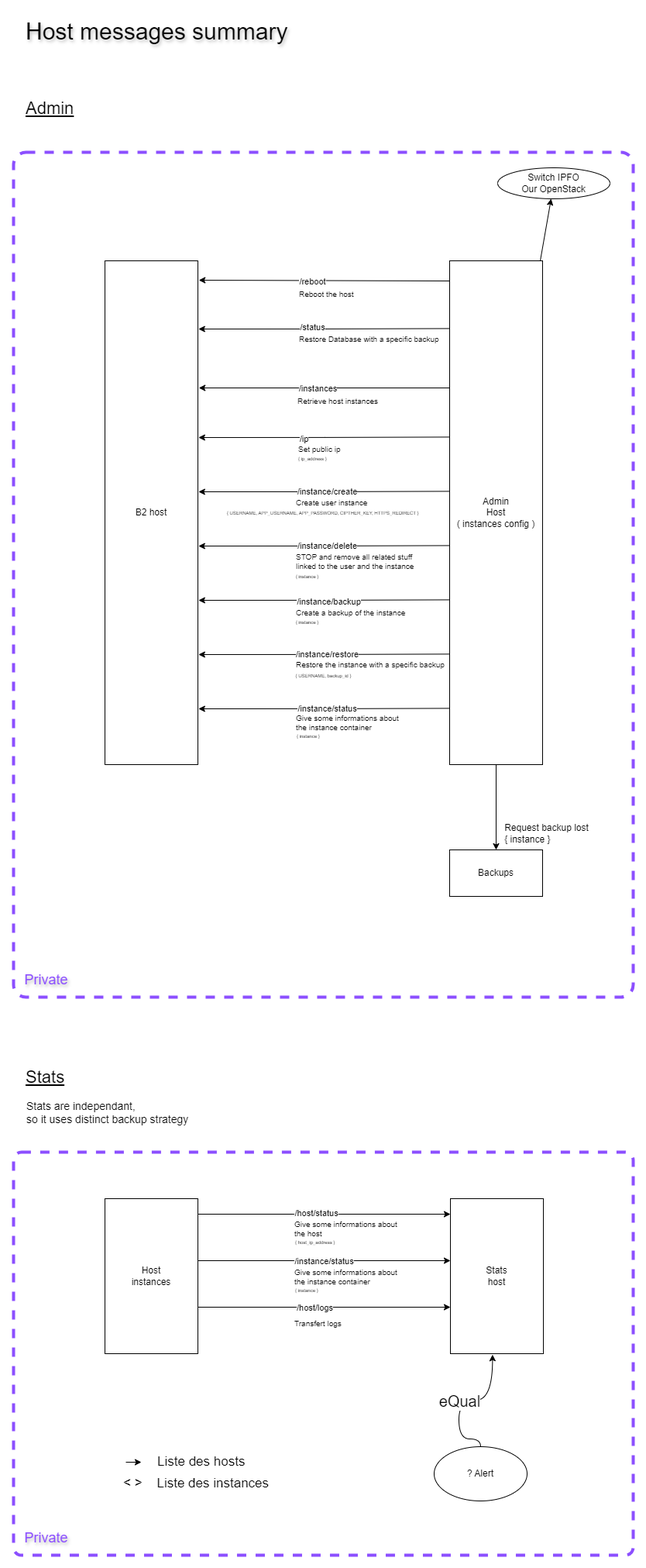
Above: doc/Host_messages_summary.png in yesbabylon/b2 (draw.io), before the change. Source tidied: cells renumbered, new cells last; positions are measured from the earlier drawing's top-left corner, leaving out a move shared by most shapes.
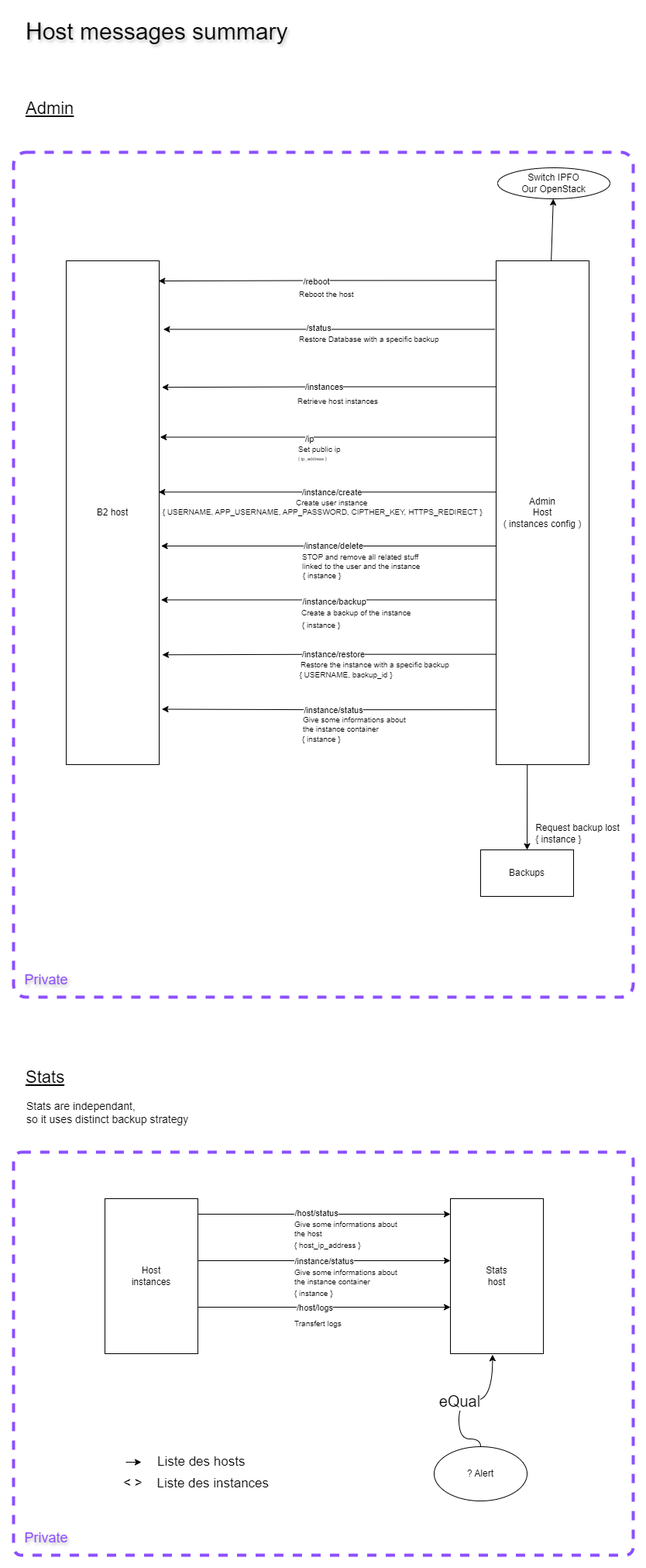
After the change.

Change to the diagram source:
```diff
@@ -9,7 +9,7 @@
       <mxGeometry y="181" width="800" height="1090" as="geometry" />
     </mxCell>
     <mxCell id="4" value="B2 host" style="whiteSpace=wrap;html=1;" parent="1" vertex="1">
-      <mxGeometry x="118" y="321" width="120" height="650" as="geometry" />
+      <mxGeometry x="68" y="321" width="120" height="650" as="geometry" />
     </mxCell>
     <mxCell id="5" value="&lt;font size=&quot;1&quot; style=&quot;&quot;&gt;&lt;span style=&quot;font-size: 30px;&quot;&gt;Host messages summary&lt;/span&gt;&lt;/font&gt;" style="text;html=1;align=left;verticalAlign=middle;strokeColor=none;fillColor=none;textShadow=1;" parent="1" vertex="1">
       <mxGeometry x="14" width="360" height="50" as="geometry" />
@@ -20,14 +20,8 @@
     <mxCell id="7" style="rounded=0;jettySize=auto;html=1;" parent="1" edge="1" source="11" target="12">
       <mxGeometry relative="1" as="geometry" />
     </mxCell>
-    <mxCell id="8" style="edgeStyle=orthogonalEdgeStyle;rounded=0;orthogonalLoop=1;jettySize=auto;html=1;entryX=1.01;entryY=0.075;entryDx=0;entryDy=0;exitX=-0.003;exitY=0.076;exitDx=0;exitDy=0;exitPerimeter=0;entryPerimeter=0;" parent="1" edge="1">
-      <mxGeometry relative="1" as="geometry">
-        <mxPoint x="562.6" y="347" as="sourcePoint" />
-        <mxPoint x="239.2" y="346" as="targetPoint" />
-        <Array as="points">
-          <mxPoint x="239" y="347" />
-        </Array>
-      </mxGeometry>
+    <mxCell id="8" style="edgeStyle=orthogonalEdgeStyle;rounded=0;jettySize=auto;html=1;entryX=0.994;entryY=0.04;entryDx=0;entryDy=0;exitX=-0.004;exitY=0.039;exitDx=0;exitDy=0;exitPerimeter=0;entryPerimeter=0;" parent="1" edge="1" source="11" target="4">
+      <mxGeometry relative="1" as="geometry" />
     </mxCell>
     <mxCell id="9" value="/reboot" style="edgeLabel;html=1;align=center;verticalAlign=middle;" parent="8" vertex="1">
       <mxGeometry x="-0.02" y="2" relative="1" as="geometry">
@@ -40,27 +34,21 @@
       </mxGeometry>
     </mxCell>
     <mxCell id="11" value="Admin&lt;br&gt;Host&lt;br&gt;( instances config )" style="whiteSpace=wrap;html=1;" parent="1" vertex="1">
-      <mxGeometry x="563" y="321" width="120" height="650" as="geometry" />
+      <mxGeometry x="623" y="321" width="120" height="650" as="geometry" />
     </mxCell>
     <mxCell id="12" value="Switch IPFO&lt;br&gt;Our OpenStack" style="ellipse;whiteSpace=wrap;html=1;" parent="1" vertex="1">
       <mxGeometry x="625" y="201" width="145" height="40" as="geometry" />
     </mxCell>
-    <mxCell id="13" style="edgeStyle=orthogonalEdgeStyle;rounded=0;orthogonalLoop=1;jettySize=auto;html=1;exitX=-0.004;exitY=0.144;exitDx=0;exitDy=0;exitPerimeter=0;entryX=1.01;entryY=0.144;entryDx=0;entryDy=0;entryPerimeter=0;" parent="1" edge="1">
-      <mxGeometry relative="1" as="geometry">
-        <mxPoint x="562.5" y="485" as="sourcePoint" />
-        <mxPoint x="239.2" y="485" as="targetPoint" />
-      </mxGeometry>
+    <mxCell id="13" style="edgeStyle=orthogonalEdgeStyle;rounded=0;jettySize=auto;html=1;exitX=0;exitY=0.25;exitDx=0;exitDy=0;entryX=1.029;entryY=0.251;entryDx=0;entryDy=0;entryPerimeter=0;" parent="1" edge="1" source="11" target="4">
+      <mxGeometry relative="1" as="geometry" />
     </mxCell>
     <mxCell id="14" value="/instances" style="edgeLabel;html=1;align=center;verticalAlign=middle;" parent="13" vertex="1">
       <mxGeometry x="-0.02" y="2" relative="1" as="geometry">
         <mxPoint x="-12" y="-2" as="offset" />
       </mxGeometry>
     </mxCell>
-    <mxCell id="15" style="edgeStyle=orthogonalEdgeStyle;rounded=0;orthogonalLoop=1;jettySize=auto;html=1;entryX=1.007;entryY=0.62;entryDx=0;entryDy=0;exitX=0.003;exitY=0.616;exitDx=0;exitDy=0;exitPerimeter=0;entryPerimeter=0;" parent="1" edge="1">
-      <mxGeometry relative="1" as="geometry">
-        <mxPoint x="563.4" y="408.4" as="sourcePoint" />
-        <mxPoint x="238.8" y="409" as="targetPoint" />
-      </mxGeometry>
+    <mxCell id="15" style="edgeStyle=orthogonalEdgeStyle;rounded=0;jettySize=auto;html=1;entryX=1.045;entryY=0.136;entryDx=0;entryDy=0;exitX=-0.012;exitY=0.136;exitDx=0;exitDy=0;exitPerimeter=0;entryPerimeter=0;" parent="1" edge="1" source="11" target="4">
+      <mxGeometry relative="1" as="geometry" />
     </mxCell>
     <mxCell id="16" value="/status" style="edgeLabel;html=1;align=center;verticalAlign=middle;" parent="15" vertex="1">
       <mxGeometry x="-0.02" y="2" relative="1" as="geometry">
@@ -68,10 +56,10 @@
       </mxGeometry>
     </mxCell>
     <mxCell id="17" value="Backups" style="whiteSpace=wrap;html=1;" parent="1" vertex="1">
-      <mxGeometry x="563" y="1081" width="120" height="60" as="geometry" />
+      <mxGeometry x="603" y="1081" width="120" height="60" as="geometry" />
     </mxCell>
     <mxCell id="18" value="Request backup lost&lt;br&gt;&lt;div style=&quot;text-align: left;&quot;&gt;&lt;span style=&quot;background-color: initial;&quot;&gt;{ instance }&lt;/span&gt;&lt;/div&gt;" style="text;html=1;align=center;verticalAlign=middle;strokeColor=none;fillColor=none;" parent="1" vertex="1">
-      <mxGeometry x="623" y="1040" width="130" height="40" as="geometry" />
+      <mxGeometry x="663" y="1040" width="130" height="40" as="geometry" />
     </mxCell>
     <mxCell id="19" value="Stats are independant, &lt;br&gt;so it uses distinct backup strategy" style="text;html=1;align=left;verticalAlign=middle;strokeColor=none;fillColor=none;fontSize=14;" parent="1" vertex="1">
       <mxGeometry x="15" y="1395" width="230" height="50" as="geometry" />
@@ -142,11 +130,8 @@
     <mxCell id="35" value="&lt;font style=&quot;font-size: 10px;&quot;&gt;Restore Database with a specific backup&lt;/font&gt;" style="text;html=1;align=left;verticalAlign=middle;strokeColor=none;fillColor=none;fontSize=10;" parent="1" vertex="1">
       <mxGeometry x="367" y="407" width="200" height="30" as="geometry" />
     </mxCell>
-    <mxCell id="36" style="edgeStyle=orthogonalEdgeStyle;rounded=0;orthogonalLoop=1;jettySize=auto;html=1;entryX=1.007;entryY=0.62;entryDx=0;entryDy=0;exitX=0.003;exitY=0.616;exitDx=0;exitDy=0;exitPerimeter=0;entryPerimeter=0;" parent="1" edge="1">
-      <mxGeometry relative="1" as="geometry">
-        <mxPoint x="563.4" y="548.4" as="sourcePoint" />
-        <mxPoint x="238.8" y="549" as="targetPoint" />
-      </mxGeometry>
+    <mxCell id="36" style="edgeStyle=orthogonalEdgeStyle;rounded=0;jettySize=auto;html=1;entryX=1.01;entryY=0.35;entryDx=0;entryDy=0;exitX=0;exitY=0.35;exitDx=0;exitDy=0;exitPerimeter=0;entryPerimeter=0;" parent="1" edge="1" source="11" target="4">
+      <mxGeometry relative="1" as="geometry" />
     </mxCell>
     <mxCell id="37" value="/ip" style="edgeLabel;html=1;align=center;verticalAlign=middle;" parent="36" vertex="1">
       <mxGeometry x="-0.02" y="2" relative="1" as="geometry">
@@ -159,11 +144,8 @@
     <mxCell id="39" value="&lt;font style=&quot;font-size: 10px;&quot;&gt;Set public ip&lt;/font&gt;" style="text;html=1;align=left;verticalAlign=middle;strokeColor=none;fillColor=none;fontSize=10;" parent="1" vertex="1">
       <mxGeometry x="366" y="549" width="80" height="30" as="geometry" />
     </mxCell>
-    <mxCell id="40" style="edgeStyle=orthogonalEdgeStyle;rounded=0;orthogonalLoop=1;jettySize=auto;html=1;entryX=1.007;entryY=0.62;entryDx=0;entryDy=0;exitX=0.003;exitY=0.616;exitDx=0;exitDy=0;exitPerimeter=0;entryPerimeter=0;" parent="1" edge="1">
-      <mxGeometry relative="1" as="geometry">
-        <mxPoint x="563.4" y="618.4" as="sourcePoint" />
-        <mxPoint x="238.8" y="619" as="targetPoint" />
-      </mxGeometry>
+    <mxCell id="40" style="edgeStyle=orthogonalEdgeStyle;rounded=0;jettySize=auto;html=1;entryX=0.994;entryY=0.459;entryDx=0;entryDy=0;exitX=0.004;exitY=0.459;exitDx=0;exitDy=0;exitPerimeter=0;entryPerimeter=0;" parent="1" edge="1" source="11" target="4">
+      <mxGeometry relative="1" as="geometry" />
     </mxCell>
     <mxCell id="41" value="/instance/create" style="edgeLabel;html=1;align=center;verticalAlign=middle;" parent="40" vertex="1">
       <mxGeometry x="-0.02" y="2" relative="1" as="geometry">
@@ -173,28 +155,22 @@
     <mxCell id="42" value="Create user instance" style="text;html=1;align=left;verticalAlign=middle;strokeColor=none;fillColor=none;fontSize=10;" parent="1" vertex="1">
       <mxGeometry x="363" y="618" width="120" height="30" as="geometry" />
     </mxCell>
-    <mxCell id="43" style="edgeStyle=orthogonalEdgeStyle;rounded=0;orthogonalLoop=1;jettySize=auto;html=1;entryX=1.007;entryY=0.62;entryDx=0;entryDy=0;exitX=0.003;exitY=0.616;exitDx=0;exitDy=0;exitPerimeter=0;entryPerimeter=0;" parent="1" edge="1">
-      <mxGeometry relative="1" as="geometry">
-        <mxPoint x="563.4" y="688.4" as="sourcePoint" />
-        <mxPoint x="238.8" y="689" as="targetPoint" />
-      </mxGeometry>
+    <mxCell id="43" style="edgeStyle=orthogonalEdgeStyle;rounded=0;jettySize=auto;html=1;entryX=1.021;entryY=0.566;entryDx=0;entryDy=0;entryPerimeter=0;exitX=0;exitY=0.566;exitDx=0;exitDy=0;exitPerimeter=0;" parent="1" edge="1" source="11" target="4">
+      <mxGeometry relative="1" as="geometry" />
     </mxCell>
     <mxCell id="44" value="/instance/delete" style="edgeLabel;html=1;align=center;verticalAlign=middle;" parent="43" vertex="1">
       <mxGeometry x="-0.02" y="2" relative="1" as="geometry">
         <mxPoint y="-2" as="offset" />
       </mxGeometry>
     </mxCell>
-    <mxCell id="45" value="&lt;font style=&quot;font-size: 6px;&quot;&gt;{ instance }&lt;/font&gt;" style="text;html=1;align=center;verticalAlign=middle;strokeColor=none;fillColor=none;fontSize=10;" parent="1" vertex="1">
-      <mxGeometry x="354" y="712" width="50" height="30" as="geometry" />
+    <mxCell id="45" value="&lt;font style=&quot;font-size: 10px;&quot;&gt;{ instance }&lt;/font&gt;" style="text;html=1;align=center;verticalAlign=middle;strokeColor=none;fillColor=none;fontSize=10;" parent="1" vertex="1">
+      <mxGeometry x="363" y="712" width="70" height="30" as="geometry" />
     </mxCell>
     <mxCell id="46" value="STOP and remove all related stuff &lt;br&gt;linked to the user and the instance" style="text;html=1;align=left;verticalAlign=middle;strokeColor=none;fillColor=none;fontSize=10;" parent="1" vertex="1">
-      <mxGeometry x="363" y="689" width="180" height="40" as="geometry" />
+      <mxGeometry x="371" y="689" width="180" height="40" as="geometry" />
     </mxCell>
-    <mxCell id="47" style="edgeStyle=orthogonalEdgeStyle;rounded=0;orthogonalLoop=1;jettySize=auto;html=1;entryX=1.007;entryY=0.62;entryDx=0;entryDy=0;exitX=0.003;exitY=0.616;exitDx=0;exitDy=0;exitPerimeter=0;entryPerimeter=0;" parent="1" edge="1">
-      <mxGeometry relative="1" as="geometry">
-        <mxPoint x="563.4" y="758.4" as="sourcePoint" />
-        <mxPoint x="238.8" y="759" as="targetPoint" />
-      </mxGeometry>
+    <mxCell id="47" style="edgeStyle=orthogonalEdgeStyle;rounded=0;jettySize=auto;html=1;entryX=1.021;entryY=0.673;entryDx=0;entryDy=0;exitX=-0.004;exitY=0.673;exitDx=0;exitDy=0;exitPerimeter=0;entryPerimeter=0;" parent="1" edge="1" source="11" target="4">
+      <mxGeometry relative="1" as="geometry" />
     </mxCell>
     <mxCell id="48" value="/instance/backup" style="edgeLabel;html=1;align=center;verticalAlign=middle;" parent="47" vertex="1">
       <mxGeometry x="-0.02" y="2" relative="1" as="geometry">
@@ -202,47 +178,41 @@
       </mxGeometry>
     </mxCell>
     <mxCell id="49" value="&lt;font style=&quot;font-size: 10px;&quot;&gt;Create a backup of the instance&lt;/font&gt;" style="text;html=1;align=left;verticalAlign=middle;strokeColor=none;fillColor=none;fontSize=10;" parent="1" vertex="1">
-      <mxGeometry x="363" y="760" width="160" height="30" as="geometry" />
+      <mxGeometry x="370" y="760" width="160" height="30" as="geometry" />
     </mxCell>
-    <mxCell id="50" style="edgeStyle=orthogonalEdgeStyle;rounded=0;orthogonalLoop=1;jettySize=auto;html=1;entryX=1.007;entryY=0.62;entryDx=0;entryDy=0;exitX=0.003;exitY=0.616;exitDx=0;exitDy=0;exitPerimeter=0;entryPerimeter=0;" parent="1" edge="1">
-      <mxGeometry relative="1" as="geometry">
-        <mxPoint x="563.4" y="828.4" as="sourcePoint" />
-        <mxPoint x="238.8" y="829" as="targetPoint" />
-      </mxGeometry>
+    <mxCell id="50" style="edgeStyle=orthogonalEdgeStyle;rounded=0;jettySize=auto;html=1;entryX=1.033;entryY=0.782;entryDx=0;entryDy=0;exitX=0.004;exitY=0.781;exitDx=0;exitDy=0;exitPerimeter=0;entryPerimeter=0;" parent="1" edge="1" source="11" target="4">
+      <mxGeometry relative="1" as="geometry" />
     </mxCell>
     <mxCell id="51" value="/instance/restore" style="edgeLabel;html=1;align=center;verticalAlign=middle;" parent="50" vertex="1">
       <mxGeometry x="-0.02" y="2" relative="1" as="geometry">
         <mxPoint y="-2" as="offset" />
       </mxGeometry>
     </mxCell>
-    <mxCell id="52" value="&lt;font style=&quot;font-size: 6px;&quot;&gt;{ USERNAME, backup_id }&lt;/font&gt;" style="text;html=1;align=center;verticalAlign=middle;strokeColor=none;fillColor=none;fontSize=10;" parent="1" vertex="1">
-      <mxGeometry x="350" y="840" width="100" height="30" as="geometry" />
+    <mxCell id="52" value="&lt;font style=&quot;font-size: 10px;&quot;&gt;{ USERNAME, backup_id }&lt;/font&gt;" style="text;html=1;align=center;verticalAlign=middle;strokeColor=none;fillColor=none;fontSize=10;" parent="1" vertex="1">
+      <mxGeometry x="359" y="840" width="140" height="30" as="geometry" />
     </mxCell>
     <mxCell id="53" value="&lt;font style=&quot;font-size: 10px;&quot;&gt;Restore the instance with a specific backup&lt;/font&gt;" style="text;html=1;align=left;verticalAlign=middle;strokeColor=none;fillColor=none;fontSize=10;" parent="1" vertex="1">
-      <mxGeometry x="363" y="827" width="220" height="30" as="geometry" />
+      <mxGeometry x="369" y="827" width="220" height="30" as="geometry" />
     </mxCell>
-    <mxCell id="54" style="edgeStyle=orthogonalEdgeStyle;rounded=0;orthogonalLoop=1;jettySize=auto;html=1;entryX=1.007;entryY=0.62;entryDx=0;entryDy=0;exitX=0.003;exitY=0.616;exitDx=0;exitDy=0;exitPerimeter=0;entryPerimeter=0;" parent="1" edge="1">
-      <mxGeometry relative="1" as="geometry">
-        <mxPoint x="563.4" y="898.4" as="sourcePoint" />
-        <mxPoint x="238.8" y="899" as="targetPoint" />
-      </mxGeometry>
+    <mxCell id="54" style="edgeStyle=orthogonalEdgeStyle;rounded=0;jettySize=auto;html=1;entryX=1.029;entryY=0.89;entryDx=0;entryDy=0;entryPerimeter=0;exitX=0.004;exitY=0.891;exitDx=0;exitDy=0;exitPerimeter=0;" parent="1" edge="1" source="11" target="4">
+      <mxGeometry relative="1" as="geometry" />
     </mxCell>
     <mxCell id="55" value="/instance/status" style="edgeLabel;html=1;align=center;verticalAlign=middle;" parent="54" vertex="1">
       <mxGeometry x="-0.02" y="2" relative="1" as="geometry">
         <mxPoint y="-2" as="offset" />
       </mxGeometry>
     </mxCell>
-    <mxCell id="56" value="&lt;font style=&quot;font-size: 6px;&quot;&gt;{ instance }&lt;/font&gt;" style="text;html=1;align=left;verticalAlign=middle;strokeColor=none;fillColor=none;fontSize=10;" parent="1" vertex="1">
-      <mxGeometry x="364" y="918" width="50" height="30" as="geometry" />
+    <mxCell id="56" value="&lt;font style=&quot;font-size: 10px;&quot;&gt;{ instance }&lt;/font&gt;" style="text;html=1;align=left;verticalAlign=middle;strokeColor=none;fillColor=none;fontSize=10;" parent="1" vertex="1">
+      <mxGeometry x="371" y="923" width="70" height="30" as="geometry" />
     </mxCell>
     <mxCell id="57" value="&lt;font style=&quot;font-size: 10px;&quot;&gt;Give some informations about &lt;br&gt;the instance container&lt;/font&gt;" style="text;html=1;align=left;verticalAlign=middle;strokeColor=none;fillColor=none;fontSize=10;" parent="1" vertex="1">
-      <mxGeometry x="363" y="897" width="160" height="40" as="geometry" />
+      <mxGeometry x="372" y="899" width="160" height="40" as="geometry" />
     </mxCell>
-    <mxCell id="58" value="&lt;span style=&quot;font-size: 6px;&quot;&gt;{ USERNAME, APP_USERNAME, APP_PASSWORD, CIPTHER_KEY, HTTPS_REDIRECT }&amp;nbsp;&lt;/span&gt;" style="text;html=1;align=center;verticalAlign=middle;strokeColor=none;fillColor=none;fontSize=10;" parent="1" vertex="1">
-      <mxGeometry x="265" y="630" width="270" height="30" as="geometry" />
+    <mxCell id="58" value="&lt;font style=&quot;font-size: 10px;&quot;&gt;{ USERNAME, APP_USERNAME, APP_PASSWORD, CIPTHER_KEY, HTTPS_REDIRECT }&amp;nbsp;&lt;/font&gt;" style="text;html=1;align=center;verticalAlign=middle;strokeColor=none;fillColor=none;fontSize=10;" parent="1" vertex="1">
+      <mxGeometry x="180" y="630" width="440" height="30" as="geometry" />
     </mxCell>
-    <mxCell id="59" value="&lt;font style=&quot;font-size: 6px;&quot;&gt;{ instance }&lt;/font&gt;" style="text;html=1;align=center;verticalAlign=middle;strokeColor=none;fillColor=none;fontSize=10;" parent="1" vertex="1">
-      <mxGeometry x="354" y="771" width="50" height="30" as="geometry" />
+    <mxCell id="59" value="&lt;font style=&quot;font-size: 10px;&quot;&gt;{ instance }&lt;/font&gt;" style="text;html=1;align=center;verticalAlign=middle;strokeColor=none;fillColor=none;fontSize=10;" parent="1" vertex="1">
+      <mxGeometry x="362" y="776" width="70" height="30" as="geometry" />
     </mxCell>
     <mxCell id="60" value="&lt;font color=&quot;#8c4fff&quot; style=&quot;font-size: 18px;&quot;&gt;Private&lt;/font&gt;" style="text;html=1;align=center;verticalAlign=middle;strokeColor=none;fillColor=none;textShadow=1;" parent="1" vertex="1">
       <mxGeometry x="2" y="1949" width="80" height="40" as="geometry" />
@@ -256,14 +226,14 @@
     <mxCell id="62" value="/host/logs" style="edgeLabel;html=1;align=center;verticalAlign=middle;" parent="61" vertex="1">
       <mxGeometry x="-0.08" y="-1" relative="1" as="geometry" />
     </mxCell>
-    <mxCell id="63" value="&lt;font style=&quot;font-size: 6px;&quot;&gt;{ host_ip_address }&lt;/font&gt;" style="text;html=1;align=left;verticalAlign=middle;strokeColor=none;fillColor=none;fontSize=10;" parent="1" vertex="1">
-      <mxGeometry x="362" y="1571" width="70" height="30" as="geometry" />
+    <mxCell id="63" value="&lt;font style=&quot;font-size: 10px;&quot;&gt;{ host_ip_address }&lt;/font&gt;" style="text;html=1;align=left;verticalAlign=middle;strokeColor=none;fillColor=none;fontSize=10;" parent="1" vertex="1">
+      <mxGeometry x="361" y="1576" width="110" height="30" as="geometry" />
     </mxCell>
     <mxCell id="64" value="&lt;font style=&quot;font-size: 10px;&quot;&gt;Give some informations about &lt;br&gt;the host&lt;/font&gt;" style="text;html=1;align=left;verticalAlign=middle;strokeColor=none;fillColor=none;fontSize=10;" parent="1" vertex="1">
       <mxGeometry x="361" y="1550" width="160" height="40" as="geometry" />
     </mxCell>
-    <mxCell id="65" value="&lt;font style=&quot;font-size: 6px;&quot;&gt;{ instance }&lt;/font&gt;" style="text;html=1;align=left;verticalAlign=middle;strokeColor=none;fillColor=none;fontSize=10;" parent="1" vertex="1">
-      <mxGeometry x="362" y="1633" width="50" height="30" as="geometry" />
+    <mxCell id="65" value="&lt;font style=&quot;font-size: 10px;&quot;&gt;{ instance }&lt;/font&gt;" style="text;html=1;align=left;verticalAlign=middle;strokeColor=none;fillColor=none;fontSize=10;" parent="1" vertex="1">
+      <mxGeometry x="361" y="1638" width="70" height="30" as="geometry" />
     </mxCell>
     <mxCell id="66" value="&lt;font style=&quot;font-size: 10px;&quot;&gt;Give some informations about &lt;br&gt;the instance container&lt;/font&gt;" style="text;html=1;align=left;verticalAlign=middle;strokeColor=none;fillColor=none;fontSize=10;" parent="1" vertex="1">
       <mxGeometry x="361" y="1612" width="160" height="40" as="geometry" />
```
